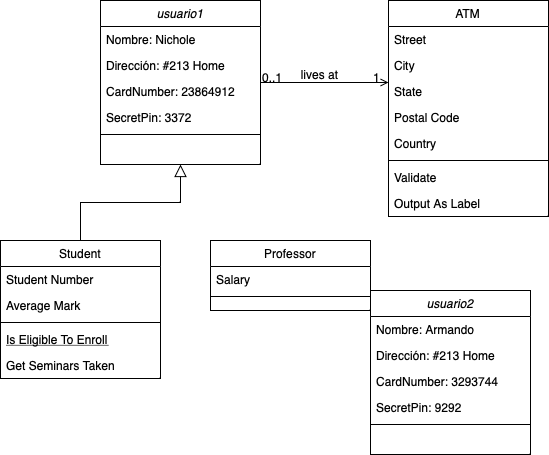
This is Tema2/DiagramasObjetos/img/DiagramaObjetosATM.png from nicholelouis/ETS, a draw.io export, as it was before one commit. Source tidied: cells renumbered, new cells last; positions are measured from the earlier drawing's top-left corner, leaving out a move shared by most shapes.
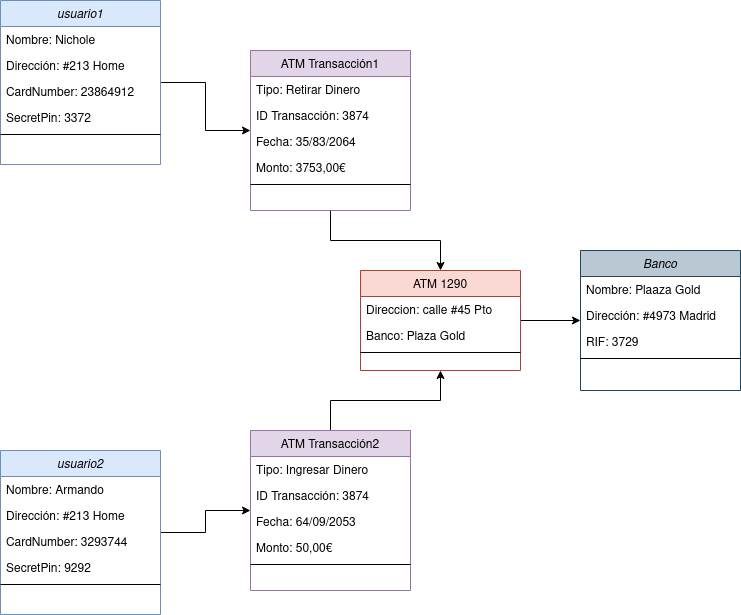
After the change.

Change to the diagram source:
```diff
@@ -2,8 +2,11 @@
   <root>
     <mxCell id="0" />
     <mxCell id="1" parent="0" />
+    <mxCell id="37" style="edgeStyle=orthogonalEdgeStyle;rounded=0;jettySize=auto;html=1;" parent="1" edge="1" source="2" target="46">
+      <mxGeometry relative="1" as="geometry" />
+    </mxCell>
-    <mxCell id="2" value="usuario1" style="swimlane;fontStyle=2;align=center;verticalAlign=top;horizontal=1;startSize=26;rounded=0;shadow=0;strokeWidth=1;" parent="1" vertex="1">
-      <mxGeometry x="100" width="160" height="164" as="geometry" />
+    <mxCell id="2" value="usuario1" style="swimlane;fontStyle=2;align=center;verticalAlign=top;horizontal=1;startSize=26;rounded=0;shadow=0;strokeWidth=1;fillColor=#dae8fc;strokeColor=#6c8ebf;" parent="1" vertex="1">
+      <mxGeometry x="-50" y="-90" width="160" height="164" as="geometry" />
     </mxCell>
     <mxCell id="3" value="Nombre: Nichole" style="text;align=left;verticalAlign=top;spacingLeft=4;spacingRight=4;overflow=hidden;" parent="2" vertex="1">
       <mxGeometry y="26" width="160" height="26" as="geometry" />
@@ -20,85 +23,26 @@
     <mxCell id="7" style="line;html=1;strokeWidth=1;align=left;verticalAlign=middle;spacingTop=-1;spacingLeft=3;spacingRight=3;labelPosition=right;" parent="2" vertex="1">
       <mxGeometry y="130" width="160" height="8" as="geometry" />
     </mxCell>
-    <mxCell id="8" value="Student" style="swimlane;fontStyle=0;align=center;verticalAlign=top;horizontal=1;startSize=26;rounded=0;shadow=0;strokeWidth=1;" parent="1" vertex="1">
-      <mxGeometry y="240" width="160" height="138" as="geometry" />
-    </mxCell>
-    <mxCell id="9" value="Student Number" style="text;align=left;verticalAlign=top;spacingLeft=4;spacingRight=4;overflow=hidden;" parent="8" vertex="1">
-      <mxGeometry y="26" width="160" height="26" as="geometry" />
-    </mxCell>
-    <mxCell id="10" value="Average Mark" style="text;align=left;verticalAlign=top;spacingLeft=4;spacingRight=4;overflow=hidden;rounded=0;shadow=0;html=0;" parent="8" vertex="1">
-      <mxGeometry y="52" width="160" height="26" as="geometry" />
-    </mxCell>
-    <mxCell id="11" style="line;html=1;strokeWidth=1;align=left;verticalAlign=middle;spacingTop=-1;spacingLeft=3;spacingRight=3;labelPosition=right;" parent="8" vertex="1">
-      <mxGeometry y="78" width="160" height="8" as="geometry" />
-    </mxCell>
-    <mxCell id="12" value="Is Eligible To Enroll" style="text;align=left;verticalAlign=top;spacingLeft=4;spacingRight=4;overflow=hidden;fontStyle=4;" parent="8" vertex="1">
-      <mxGeometry y="86" width="160" height="26" as="geometry" />
-    </mxCell>
-    <mxCell id="13" value="Get Seminars Taken" style="text;align=left;verticalAlign=top;spacingLeft=4;spacingRight=4;overflow=hidden;" parent="8" vertex="1">
-      <mxGeometry y="112" width="160" height="26" as="geometry" />
-    </mxCell>
-    <mxCell id="14" style="endArrow=block;endSize=10;endFill=0;shadow=0;strokeWidth=1;rounded=0;edgeStyle=elbowEdgeStyle;elbow=vertical;" parent="1" edge="1" source="8" target="2">
-      <mxGeometry relative="1" as="geometry" />
-    </mxCell>
-    <mxCell id="15" value="Professor" style="swimlane;fontStyle=0;align=center;verticalAlign=top;horizontal=1;startSize=26;rounded=0;shadow=0;strokeWidth=1;" parent="1" vertex="1">
-      <mxGeometry x="210" y="240" width="160" height="70" as="geometry" />
-    </mxCell>
-    <mxCell id="16" value="Salary" style="text;align=left;verticalAlign=top;spacingLeft=4;spacingRight=4;overflow=hidden;" parent="15" vertex="1">
-      <mxGeometry y="26" width="160" height="26" as="geometry" />
-    </mxCell>
-    <mxCell id="17" style="line;html=1;strokeWidth=1;align=left;verticalAlign=middle;spacingTop=-1;spacingLeft=3;spacingRight=3;labelPosition=right;" parent="15" vertex="1">
-      <mxGeometry y="52" width="160" height="8" as="geometry" />
-    </mxCell>
+    <mxCell id="38" style="edgeStyle=orthogonalEdgeStyle;rounded=0;jettySize=auto;html=1;" parent="1" edge="1" source="18" target="40">
+      <mxGeometry relative="1" as="geometry" />
+    </mxCell>
-    <mxCell id="18" value="ATM" style="swimlane;fontStyle=0;align=center;verticalAlign=top;horizontal=1;startSize=26;rounded=0;shadow=0;strokeWidth=1;" parent="1" vertex="1">
-      <mxGeometry x="388" width="160" height="216" as="geometry" />
+    <mxCell id="18" value="ATM 1290" style="swimlane;fontStyle=0;align=center;verticalAlign=top;horizontal=1;startSize=26;rounded=0;shadow=0;strokeWidth=1;fillColor=#fad9d5;strokeColor=#ae4132;" parent="1" vertex="1">
+      <mxGeometry x="310" y="180" width="160" height="100" as="geometry" />
     </mxCell>
-    <mxCell id="19" value="Street" style="text;align=left;verticalAlign=top;spacingLeft=4;spacingRight=4;overflow=hidden;" parent="18" vertex="1">
+    <mxCell id="19" value="Direccion: calle #45 Pto" style="text;align=left;verticalAlign=top;spacingLeft=4;spacingRight=4;overflow=hidden;" parent="18" vertex="1">
       <mxGeometry y="26" width="160" height="26" as="geometry" />
     </mxCell>
-    <mxCell id="20" value="City" style="text;align=left;verticalAlign=top;spacingLeft=4;spacingRight=4;overflow=hidden;rounded=0;shadow=0;html=0;" parent="18" vertex="1">
+    <mxCell id="20" value="Banco: Plaza Gold" style="text;align=left;verticalAlign=top;spacingLeft=4;spacingRight=4;overflow=hidden;rounded=0;shadow=0;html=0;" parent="18" vertex="1">
       <mxGeometry y="52" width="160" height="26" as="geometry" />
     </mxCell>
-    <mxCell id="21" value="State" style="text;align=left;verticalAlign=top;spacingLeft=4;spacingRight=4;overflow=hidden;rounded=0;shadow=0;html=0;" parent="18" vertex="1">
-      <mxGeometry y="78" width="160" height="26" as="geometry" />
-    </mxCell>
-    <mxCell id="22" value="Postal Code" style="text;align=left;verticalAlign=top;spacingLeft=4;spacingRight=4;overflow=hidden;rounded=0;shadow=0;html=0;" parent="18" vertex="1">
-      <mxGeometry y="104" width="160" height="26" as="geometry" />
-    </mxCell>
-    <mxCell id="23" value="Country" style="text;align=left;verticalAlign=top;spacingLeft=4;spacingRight=4;overflow=hidden;rounded=0;shadow=0;html=0;" parent="18" vertex="1">
-      <mxGeometry y="130" width="160" height="26" as="geometry" />
-    </mxCell>
     <mxCell id="24" style="line;html=1;strokeWidth=1;align=left;verticalAlign=middle;spacingTop=-1;spacingLeft=3;spacingRight=3;labelPosition=right;" parent="18" vertex="1">
-      <mxGeometry y="156" width="160" height="8" as="geometry" />
+      <mxGeometry y="78" width="160" height="8" as="geometry" />
     </mxCell>
-    <mxCell id="25" value="Validate" style="text;align=left;verticalAlign=top;spacingLeft=4;spacingRight=4;overflow=hidden;" parent="18" vertex="1">
-      <mxGeometry y="164" width="160" height="26" as="geometry" />
-    </mxCell>
-    <mxCell id="26" value="Output As Label" style="text;align=left;verticalAlign=top;spacingLeft=4;spacingRight=4;overflow=hidden;" parent="18" vertex="1">
-      <mxGeometry y="190" width="160" height="26" as="geometry" />
-    </mxCell>
-    <mxCell id="27" style="endArrow=open;shadow=0;strokeWidth=1;rounded=0;endFill=1;edgeStyle=elbowEdgeStyle;elbow=vertical;" parent="1" edge="1" source="2" target="18">
-      <mxGeometry x="0.5" y="41" relative="1" as="geometry">
-        <mxPoint x="-40" y="32" as="offset" />
-      </mxGeometry>
-    </mxCell>
-    <mxCell id="28" value="0..1" style="align=left;verticalAlign=bottom;labelBackgroundColor=none;fontSize=12;" parent="27" vertex="1">
-      <mxGeometry x="-1" relative="1" as="geometry">
-        <mxPoint y="4" as="offset" />
-      </mxGeometry>
-    </mxCell>
-    <mxCell id="29" value="1" style="align=right;verticalAlign=bottom;labelBackgroundColor=none;fontSize=12;" parent="27" vertex="1">
-      <mxGeometry x="1" relative="1" as="geometry">
-        <mxPoint x="-7" y="4" as="offset" />
-      </mxGeometry>
-    </mxCell>
-    <mxCell id="30" value="lives at" style="text;html=1;align=center;verticalAlign=middle;labelBackgroundColor=none;rounded=0;shadow=0;strokeWidth=1;fontSize=12;" parent="27" vertex="1">
-      <mxGeometry x="0.5" y="49" relative="1" as="geometry">
-        <mxPoint x="-38" y="40" as="offset" />
-      </mxGeometry>
-    </mxCell>
+    <mxCell id="39" style="edgeStyle=orthogonalEdgeStyle;rounded=0;jettySize=auto;html=1;" parent="1" edge="1" source="31" target="53">
+      <mxGeometry relative="1" as="geometry" />
+    </mxCell>
-    <mxCell id="31" value="usuario2" style="swimlane;fontStyle=2;align=center;verticalAlign=top;horizontal=1;startSize=26;rounded=0;shadow=0;strokeWidth=1;" parent="1" vertex="1">
-      <mxGeometry x="370" y="290" width="160" height="164" as="geometry" />
+    <mxCell id="31" value="usuario2" style="swimlane;fontStyle=2;align=center;verticalAlign=top;horizontal=1;startSize=26;rounded=0;shadow=0;strokeWidth=1;fillColor=#dae8fc;strokeColor=#6c8ebf;" parent="1" vertex="1">
+      <mxGeometry x="-50" y="360" width="160" height="164" as="geometry" />
     </mxCell>
     <mxCell id="32" value="Nombre: Armando" style="text;align=left;verticalAlign=top;spacingLeft=4;spacingRight=4;overflow=hidden;" parent="31" vertex="1">
       <mxGeometry y="26" width="160" height="26" as="geometry" />
@@ -115,5 +59,62 @@
     <mxCell id="36" style="line;html=1;strokeWidth=1;align=left;verticalAlign=middle;spacingTop=-1;spacingLeft=3;spacingRight=3;labelPosition=right;" parent="31" vertex="1">
       <mxGeometry y="130" width="160" height="8" as="geometry" />
     </mxCell>
+    <mxCell id="40" value="Banco" style="swimlane;fontStyle=2;align=center;verticalAlign=top;horizontal=1;startSize=26;rounded=0;shadow=0;strokeWidth=1;fillColor=#bac8d3;strokeColor=#23445d;" parent="1" vertex="1">
+      <mxGeometry x="530" y="160" width="160" height="140" as="geometry" />
+    </mxCell>
+    <mxCell id="41" value="Nombre: Plaaza Gold" style="text;align=left;verticalAlign=top;spacingLeft=4;spacingRight=4;overflow=hidden;" parent="40" vertex="1">
+      <mxGeometry y="26" width="160" height="26" as="geometry" />
+    </mxCell>
+    <mxCell id="42" value="Dirección: #4973 Madrid" style="text;align=left;verticalAlign=top;spacingLeft=4;spacingRight=4;overflow=hidden;rounded=0;shadow=0;html=0;" parent="40" vertex="1">
+      <mxGeometry y="52" width="160" height="26" as="geometry" />
+    </mxCell>
+    <mxCell id="43" value="RIF: 3729" style="text;align=left;verticalAlign=top;spacingLeft=4;spacingRight=4;overflow=hidden;rounded=0;shadow=0;html=0;" parent="40" vertex="1">
+      <mxGeometry y="78" width="160" height="26" as="geometry" />
+    </mxCell>
+    <mxCell id="44" style="line;html=1;strokeWidth=1;align=left;verticalAlign=middle;spacingTop=-1;spacingLeft=3;spacingRight=3;labelPosition=right;" parent="40" vertex="1">
+      <mxGeometry y="104" width="160" height="8" as="geometry" />
+    </mxCell>
+    <mxCell id="45" style="edgeStyle=orthogonalEdgeStyle;rounded=0;jettySize=auto;html=1;" parent="1" edge="1" source="46" target="18">
+      <mxGeometry relative="1" as="geometry" />
+    </mxCell>
+    <mxCell id="46" value="ATM Transacción1" style="swimlane;fontStyle=0;align=center;verticalAlign=top;horizontal=1;startSize=26;rounded=0;shadow=0;strokeWidth=1;fillColor=#e1d5e7;strokeColor=#9673a6;" parent="1" vertex="1">
+      <mxGeometry x="200" y="-40" width="160" height="160" as="geometry" />
+    </mxCell>
+    <mxCell id="47" value="Tipo: Retirar Dinero" style="text;align=left;verticalAlign=top;spacingLeft=4;spacingRight=4;overflow=hidden;" parent="46" vertex="1">
+      <mxGeometry y="26" width="160" height="26" as="geometry" />
+    </mxCell>
+    <mxCell id="48" value="ID Transacción: 3874" style="text;align=left;verticalAlign=top;spacingLeft=4;spacingRight=4;overflow=hidden;rounded=0;shadow=0;html=0;" parent="46" vertex="1">
+      <mxGeometry y="52" width="160" height="26" as="geometry" />
+    </mxCell>
+    <mxCell id="49" value="Fecha: 35/83/2064" style="text;align=left;verticalAlign=top;spacingLeft=4;spacingRight=4;overflow=hidden;rounded=0;shadow=0;html=0;" parent="46" vertex="1">
+      <mxGeometry y="78" width="160" height="26" as="geometry" />
+    </mxCell>
+    <mxCell id="50" value="Monto: 3753,00€" style="text;align=left;verticalAlign=top;spacingLeft=4;spacingRight=4;overflow=hidden;rounded=0;shadow=0;html=0;" parent="46" vertex="1">
+      <mxGeometry y="104" width="160" height="26" as="geometry" />
+    </mxCell>
+    <mxCell id="51" style="line;html=1;strokeWidth=1;align=left;verticalAlign=middle;spacingTop=-1;spacingLeft=3;spacingRight=3;labelPosition=right;" parent="46" vertex="1">
+      <mxGeometry y="130" width="160" height="8" as="geometry" />
+    </mxCell>
+    <mxCell id="52" style="edgeStyle=orthogonalEdgeStyle;rounded=0;jettySize=auto;html=1;" parent="1" edge="1" source="53" target="18">
+      <mxGeometry relative="1" as="geometry" />
+    </mxCell>
+    <mxCell id="53" value="ATM Transacción2" style="swimlane;fontStyle=0;align=center;verticalAlign=top;horizontal=1;startSize=26;rounded=0;shadow=0;strokeWidth=1;fillColor=#e1d5e7;strokeColor=#9673a6;" parent="1" vertex="1">
+      <mxGeometry x="200" y="340" width="160" height="160" as="geometry" />
+    </mxCell>
+    <mxCell id="54" value="Tipo: Ingresar Dinero" style="text;align=left;verticalAlign=top;spacingLeft=4;spacingRight=4;overflow=hidden;" parent="53" vertex="1">
+      <mxGeometry y="26" width="160" height="26" as="geometry" />
+    </mxCell>
+    <mxCell id="55" value="ID Transacción: 3874" style="text;align=left;verticalAlign=top;spacingLeft=4;spacingRight=4;overflow=hidden;rounded=0;shadow=0;html=0;" parent="53" vertex="1">
+      <mxGeometry y="52" width="160" height="26" as="geometry" />
+    </mxCell>
+    <mxCell id="56" value="Fecha: 64/09/2053" style="text;align=left;verticalAlign=top;spacingLeft=4;spacingRight=4;overflow=hidden;rounded=0;shadow=0;html=0;" parent="53" vertex="1">
+      <mxGeometry y="78" width="160" height="26" as="geometry" />
+    </mxCell>
+    <mxCell id="57" value="Monto: 50,00€" style="text;align=left;verticalAlign=top;spacingLeft=4;spacingRight=4;overflow=hidden;rounded=0;shadow=0;html=0;" parent="53" vertex="1">
+      <mxGeometry y="104" width="160" height="26" as="geometry" />
+    </mxCell>
+    <mxCell id="58" style="line;html=1;strokeWidth=1;align=left;verticalAlign=middle;spacingTop=-1;spacingLeft=3;spacingRight=3;labelPosition=right;" parent="53" vertex="1">
+      <mxGeometry y="130" width="160" height="8" as="geometry" />
+    </mxCell>
   </root>
 </mxGraphModel>
```
